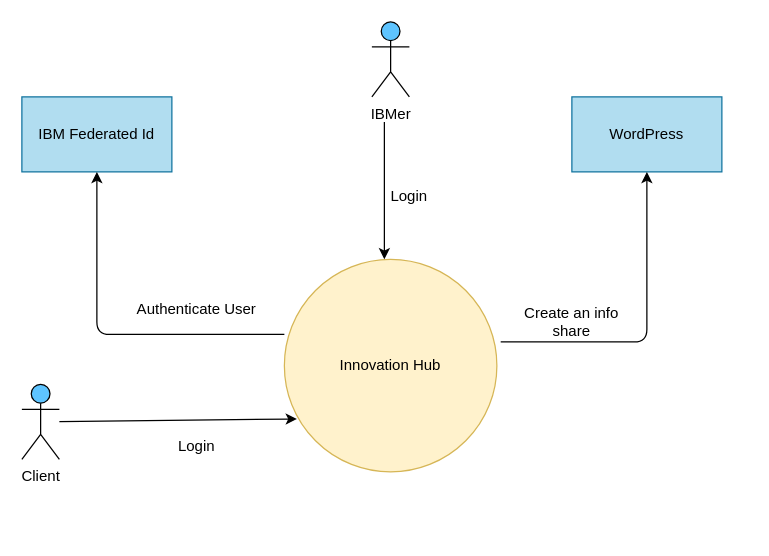
The draw.io diagram System_Context_Innovation_Hub.drawio in bhagyaravi/knative-ocp-3.11, before the edit. Source tidied: cells renumbered, new cells numbered last; positions are measured from the earlier drawing's top-left corner, leaving out a move shared by most shapes. Both pictures are drawn from the tidied source at 125%, with x=0, y=0 at pixel (21, 21).
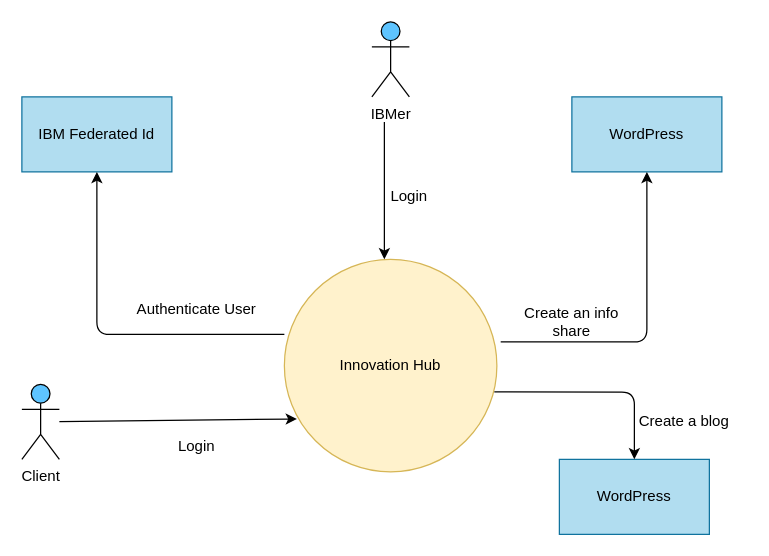
The same page after the edit.

What changed in the source:
```diff
@@
 <mxGraphModel>
   <root>
     <mxCell id="0" />
     <mxCell id="1" parent="0" />
     <mxCell id="2" value="Innovation Hub" style="ellipse;whiteSpace=wrap;html=1;fillColor=#fff2cc;strokeColor=#d6b656;" parent="1" vertex="1">
       <mxGeometry x="210" y="190" width="170" height="170" as="geometry" />
     </mxCell>
     <mxCell id="3" value="IBM Federated Id" style="rounded=0;whiteSpace=wrap;html=1;fillColor=#b1ddf0;strokeColor=#10739e;" parent="1" vertex="1">
       <mxGeometry y="60" width="120" height="60" as="geometry" />
     </mxCell>
     <mxCell id="4" style="edgeStyle=segmentEdgeStyle;endArrow=classic;html=1;exitX=0;exitY=0.353;exitDx=0;exitDy=0;exitPerimeter=0;" parent="1" edge="1" source="2" target="3">
       <mxGeometry relative="1" as="geometry" />
     </mxCell>
     <mxCell id="5" value="Authenticate User" style="text;html=1;strokeColor=none;fillColor=none;align=center;verticalAlign=middle;whiteSpace=wrap;rounded=0;" parent="1" vertex="1">
       <mxGeometry x="90" y="220" width="100" height="20" as="geometry" />
     </mxCell>
     <mxCell id="6" value="IBMer" style="shape=umlActor;verticalLabelPosition=bottom;verticalAlign=top;html=1;fillColor=#5EC4FF;" parent="1" vertex="1">
       <mxGeometry x="280" width="30" height="60" as="geometry" />
     </mxCell>
     <mxCell id="7" style="edgeStyle=segmentEdgeStyle;endArrow=none;html=1;startArrow=classic;startFill=1;endFill=0;" parent="1" edge="1">
       <mxGeometry relative="1" as="geometry">
         <mxPoint x="290" y="190" as="sourcePoint" />
         <mxPoint x="290" y="80" as="targetPoint" />
       </mxGeometry>
     </mxCell>
     <mxCell id="8" value="Login" style="text;html=1;strokeColor=none;fillColor=none;align=center;verticalAlign=middle;whiteSpace=wrap;rounded=0;" parent="1" vertex="1">
       <mxGeometry x="260" y="130" width="100" height="20" as="geometry" />
     </mxCell>
     <mxCell id="9" value="Client" style="shape=umlActor;verticalLabelPosition=bottom;verticalAlign=top;html=1;outlineConnect=0;fillColor=#5EC4FF;" parent="1" vertex="1">
       <mxGeometry y="290" width="30" height="60" as="geometry" />
     </mxCell>
     <mxCell id="10" style="endArrow=classic;html=1;entryX=0.059;entryY=0.751;entryDx=0;entryDy=0;entryPerimeter=0;" parent="1" edge="1" source="9" target="2">
       <mxGeometry relative="1" as="geometry" />
     </mxCell>
     <mxCell id="11" value="Login" style="text;html=1;strokeColor=none;fillColor=none;align=center;verticalAlign=middle;whiteSpace=wrap;rounded=0;" parent="1" vertex="1">
       <mxGeometry x="90" y="330" width="100" height="20" as="geometry" />
     </mxCell>
     <mxCell id="12" value="WordPress" style="rounded=0;whiteSpace=wrap;html=1;fillColor=#b1ddf0;strokeColor=#10739e;" parent="1" vertex="1">
       <mxGeometry x="440" y="60" width="120" height="60" as="geometry" />
     </mxCell>
     <mxCell id="13" style="edgeStyle=segmentEdgeStyle;endArrow=classic;html=1;exitX=1.018;exitY=0.388;exitDx=0;exitDy=0;exitPerimeter=0;entryX=0.5;entryY=1;entryDx=0;entryDy=0;" parent="1" edge="1" source="2" target="12">
       <mxGeometry relative="1" as="geometry" />
     </mxCell>
-    <mxCell id="14" value="Create an info share " style="text;html=1;strokeColor=none;fillColor=none;align=center;verticalAlign=middle;whiteSpace=wrap;rounded=0;" parent="1" vertex="1">
-      <mxGeometry x="390" y="230" width="100" height="20" as="geometry" />
+    <mxCell id="14" value="Create a blog " style="text;html=1;strokeColor=none;fillColor=none;align=center;verticalAlign=middle;whiteSpace=wrap;rounded=0;" parent="1" vertex="1">
+      <mxGeometry x="480" y="310" width="100" height="20" as="geometry" />
     </mxCell>
+    <mxCell id="15" value="WordPress" style="rounded=0;whiteSpace=wrap;html=1;fillColor=#b1ddf0;strokeColor=#10739e;" parent="1" vertex="1">
+      <mxGeometry x="430" y="350" width="120" height="60" as="geometry" />
+    </mxCell>
+    <mxCell id="16" style="edgeStyle=segmentEdgeStyle;endArrow=classic;html=1;exitX=0.988;exitY=0.624;exitDx=0;exitDy=0;exitPerimeter=0;entryX=0.5;entryY=0;entryDx=0;entryDy=0;" parent="1" edge="1" source="2" target="15">
+      <mxGeometry relative="1" as="geometry" />
+    </mxCell>
+    <mxCell id="17" value="Create an info share " style="text;html=1;strokeColor=none;fillColor=none;align=center;verticalAlign=middle;whiteSpace=wrap;rounded=0;" parent="1" vertex="1">
+      <mxGeometry x="390" y="230" width="100" height="20" as="geometry" />
+    </mxCell>
   </root>
 </mxGraphModel>
```
